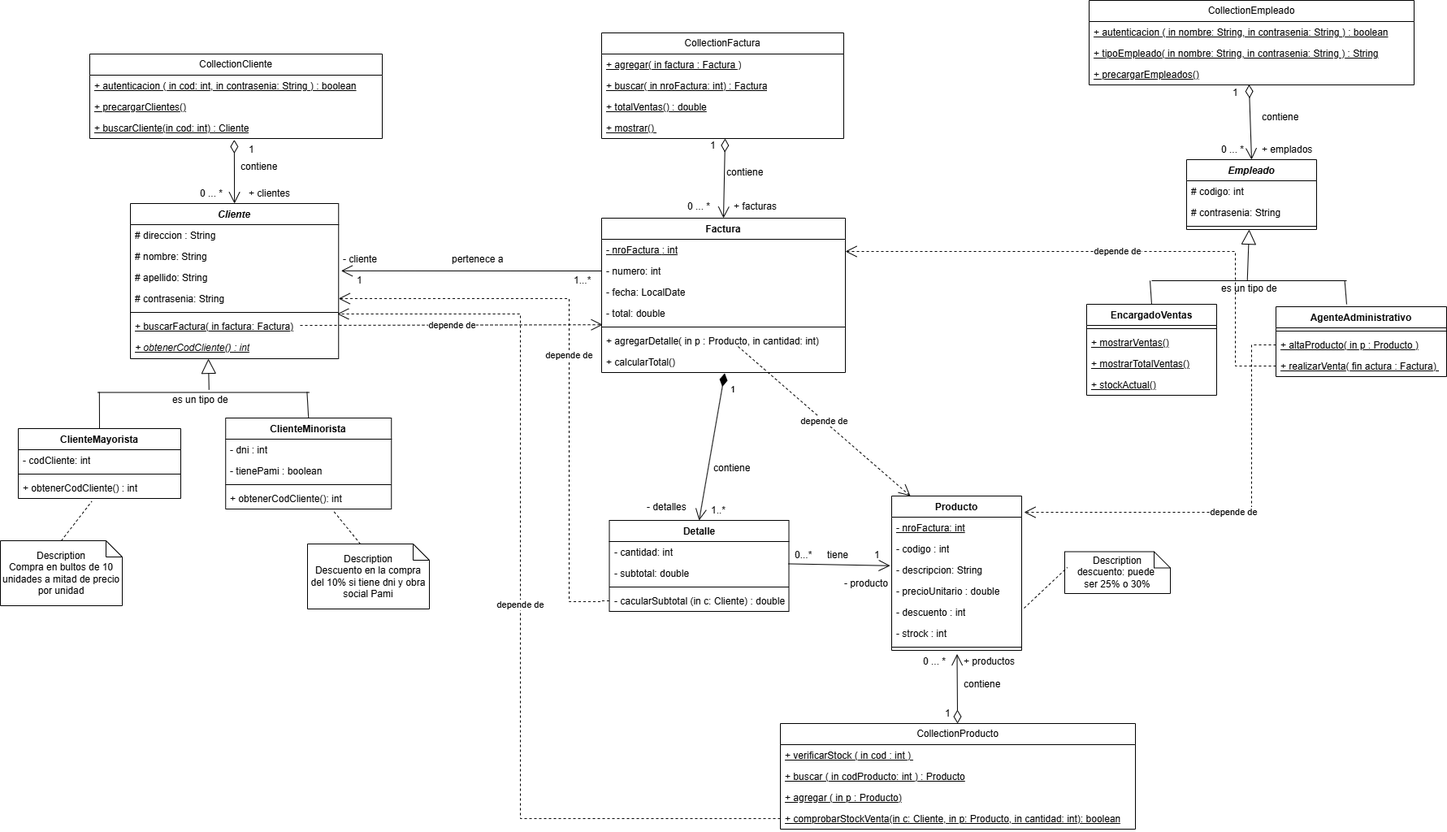
This is DiagramaUML/diagramaUML-grupo8.png from abii321/tp5_grupo8, a draw.io export, as it was before one commit. Source tidied: cells renumbered, new cells last; positions are measured from the earlier drawing's top-left corner, leaving out a move shared by most shapes.
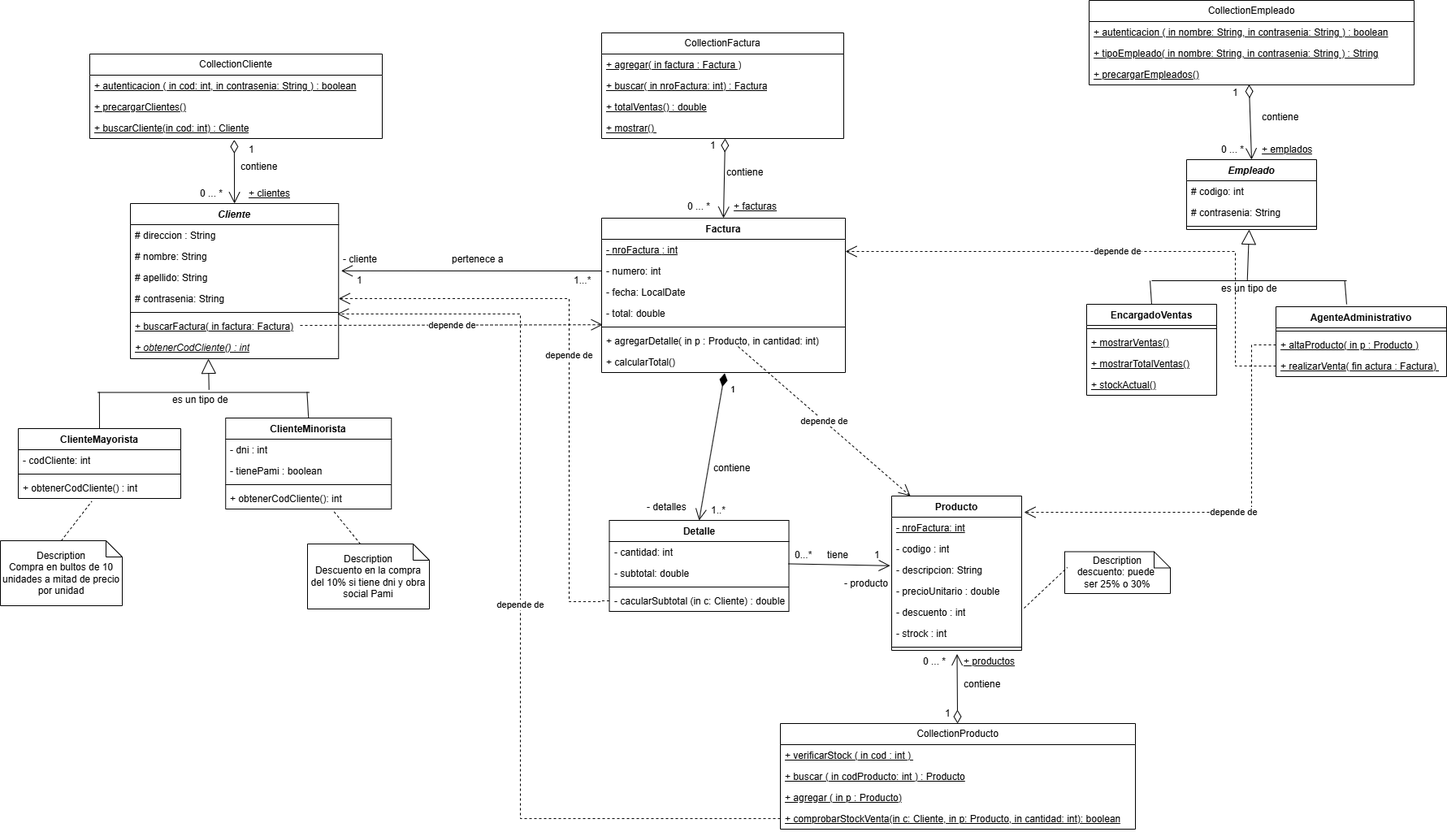
The same diagram one commit later.

Commit message:
Actualizaciones en el diagrama

The edit, as a diff of the source:
```diff
@@ -208,7 +208,7 @@
     <mxCell id="69" value="&lt;u&gt;+ precargarEmpleados()&lt;/u&gt;" style="text;strokeColor=none;fillColor=none;align=left;verticalAlign=top;spacingLeft=4;spacingRight=4;overflow=hidden;whiteSpace=wrap;html=1;" parent="66" vertex="1">
       <mxGeometry y="78" width="400" height="26" as="geometry" />
     </mxCell>
-    <mxCell id="70" value="+ clientes" style="text;strokeColor=none;fillColor=none;align=left;verticalAlign=top;spacingLeft=4;spacingRight=4;overflow=hidden;whiteSpace=wrap;html=1;" parent="1" vertex="1">
+    <mxCell id="70" value="+ clientes" style="text;strokeColor=none;fillColor=none;align=left;verticalAlign=top;spacingLeft=4;spacingRight=4;overflow=hidden;whiteSpace=wrap;html=1;fontStyle=4;" parent="1" vertex="1">
       <mxGeometry x="300" y="224" width="100" height="26" as="geometry" />
     </mxCell>
     <mxCell id="71" value="1" style="text;strokeColor=none;fillColor=none;align=left;verticalAlign=top;spacingLeft=4;spacingRight=4;overflow=hidden;whiteSpace=wrap;html=1;" parent="1" vertex="1">
@@ -258,7 +258,7 @@
     <mxCell id="84" value="es un tipo de" style="text;strokeColor=none;fillColor=none;align=left;verticalAlign=top;spacingLeft=4;spacingRight=4;overflow=hidden;whiteSpace=wrap;html=1;" parent="1" vertex="1">
       <mxGeometry x="1497" y="341" width="100" height="26" as="geometry" />
     </mxCell>
-    <mxCell id="85" value="+ emplados" style="text;strokeColor=none;fillColor=none;align=left;verticalAlign=top;spacingLeft=4;spacingRight=4;overflow=hidden;whiteSpace=wrap;html=1;" parent="1" vertex="1">
+    <mxCell id="85" value="+ emplados" style="text;strokeColor=none;fillColor=none;align=left;verticalAlign=top;spacingLeft=4;spacingRight=4;overflow=hidden;whiteSpace=wrap;html=1;fontStyle=4;" parent="1" vertex="1">
       <mxGeometry x="1547" y="170" width="100" height="26" as="geometry" />
     </mxCell>
     <mxCell id="86" value="0 ... *" style="text;strokeColor=none;fillColor=none;align=left;verticalAlign=top;spacingLeft=4;spacingRight=4;overflow=hidden;whiteSpace=wrap;html=1;" parent="1" vertex="1">
@@ -294,7 +294,7 @@
     <mxCell id="96" value="contiene" style="text;strokeColor=none;fillColor=none;align=left;verticalAlign=top;spacingLeft=4;spacingRight=4;overflow=hidden;whiteSpace=wrap;html=1;" parent="1" vertex="1">
       <mxGeometry x="887.5" y="198" width="100" height="26" as="geometry" />
     </mxCell>
-    <mxCell id="97" value="+ facturas" style="text;strokeColor=none;fillColor=none;align=left;verticalAlign=top;spacingLeft=4;spacingRight=4;overflow=hidden;whiteSpace=wrap;html=1;" parent="1" vertex="1">
+    <mxCell id="97" value="+ facturas" style="text;strokeColor=none;fillColor=none;align=left;verticalAlign=top;spacingLeft=4;spacingRight=4;overflow=hidden;whiteSpace=wrap;html=1;fontStyle=4;" parent="1" vertex="1">
       <mxGeometry x="897" y="240" width="100" height="18" as="geometry" />
     </mxCell>
     <mxCell id="98" value="1" style="text;strokeColor=none;fillColor=none;align=left;verticalAlign=top;spacingLeft=4;spacingRight=4;overflow=hidden;whiteSpace=wrap;html=1;" parent="1" vertex="1">
@@ -306,7 +306,7 @@
     <mxCell id="100" value="0 ... *" style="text;strokeColor=none;fillColor=none;align=left;verticalAlign=top;spacingLeft=4;spacingRight=4;overflow=hidden;whiteSpace=wrap;html=1;" parent="1" vertex="1">
       <mxGeometry x="1130" y="800" width="40" height="26" as="geometry" />
     </mxCell>
-    <mxCell id="101" value="+ productos" style="text;strokeColor=none;fillColor=none;align=left;verticalAlign=top;spacingLeft=4;spacingRight=4;overflow=hidden;points=[[0,0.5],[1,0.5]];portConstraint=eastwest;whiteSpace=wrap;html=1;" parent="1" vertex="1">
+    <mxCell id="101" value="+ productos" style="text;strokeColor=none;fillColor=none;align=left;verticalAlign=top;spacingLeft=4;spacingRight=4;overflow=hidden;points=[[0,0.5],[1,0.5]];portConstraint=eastwest;whiteSpace=wrap;html=1;fontStyle=4;" parent="1" vertex="1">
       <mxGeometry x="1180" y="800" width="100" height="26" as="geometry" />
     </mxCell>
     <mxCell id="102" value="depende de" style="endArrow=open;endSize=12;dashed=1;html=1;rounded=0;edgeStyle=elbowEdgeStyle;exitX=0;exitY=0.5;exitDx=0;exitDy=0;" parent="1" edge="1" source="55">
```
